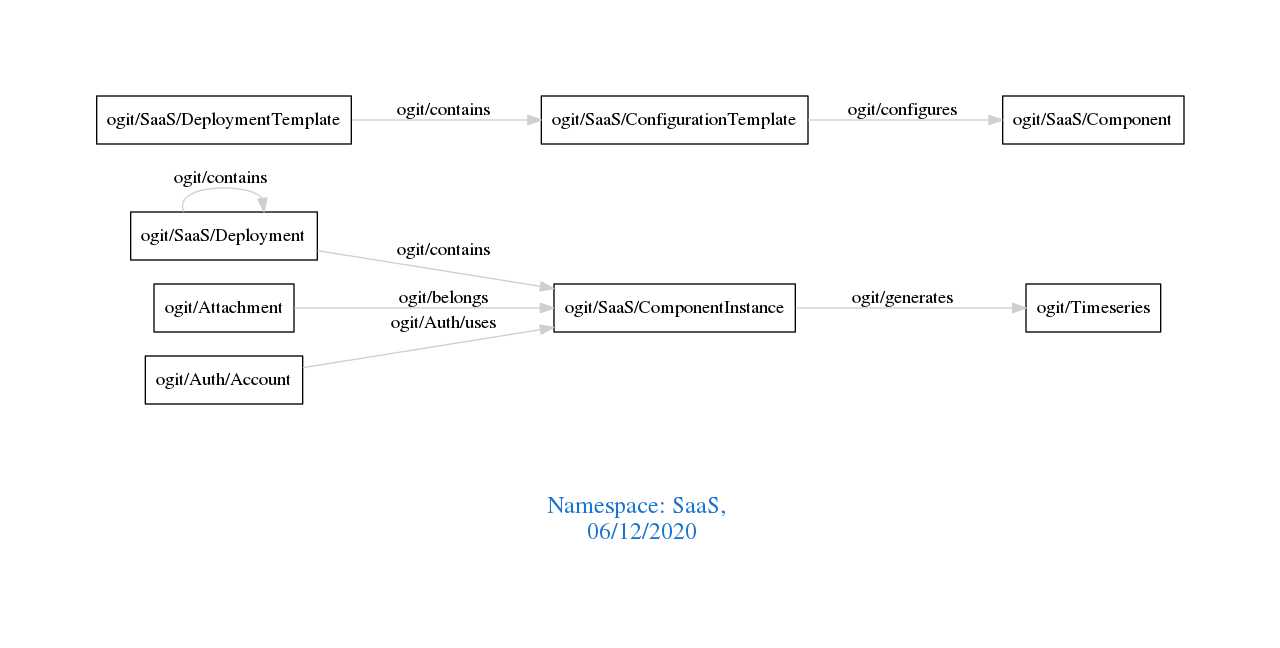
Before: downloads/SaaS.png, a diagram exported from Graphviz (arago/OGIT). Its source is kept beside it as downloads/SaaS.dot.
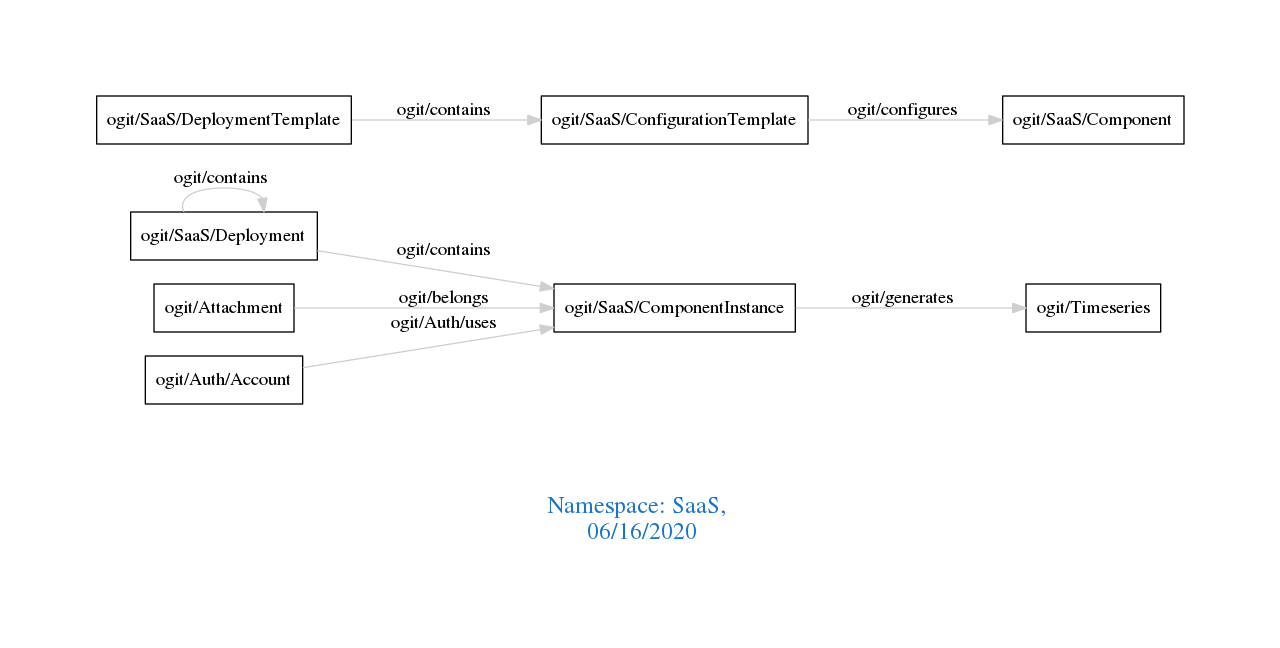
After the change.

The edit, as a diff of the source:
```diff
@@ -1,7 +1,7 @@
 digraph OGIT_ontology {
  graph [ rankdir= LR,pad=1
 fontsize = 18,
-fontcolor= dodgerblue3,label = "\n\n\nNamespace: SaaS, \n 06/12/2020"];
+fontcolor= dodgerblue3,label = "\n\n\nNamespace: SaaS, \n 06/16/2020"];
 node[shape=polygon];
 edge [  color="gray81"];
 
```
